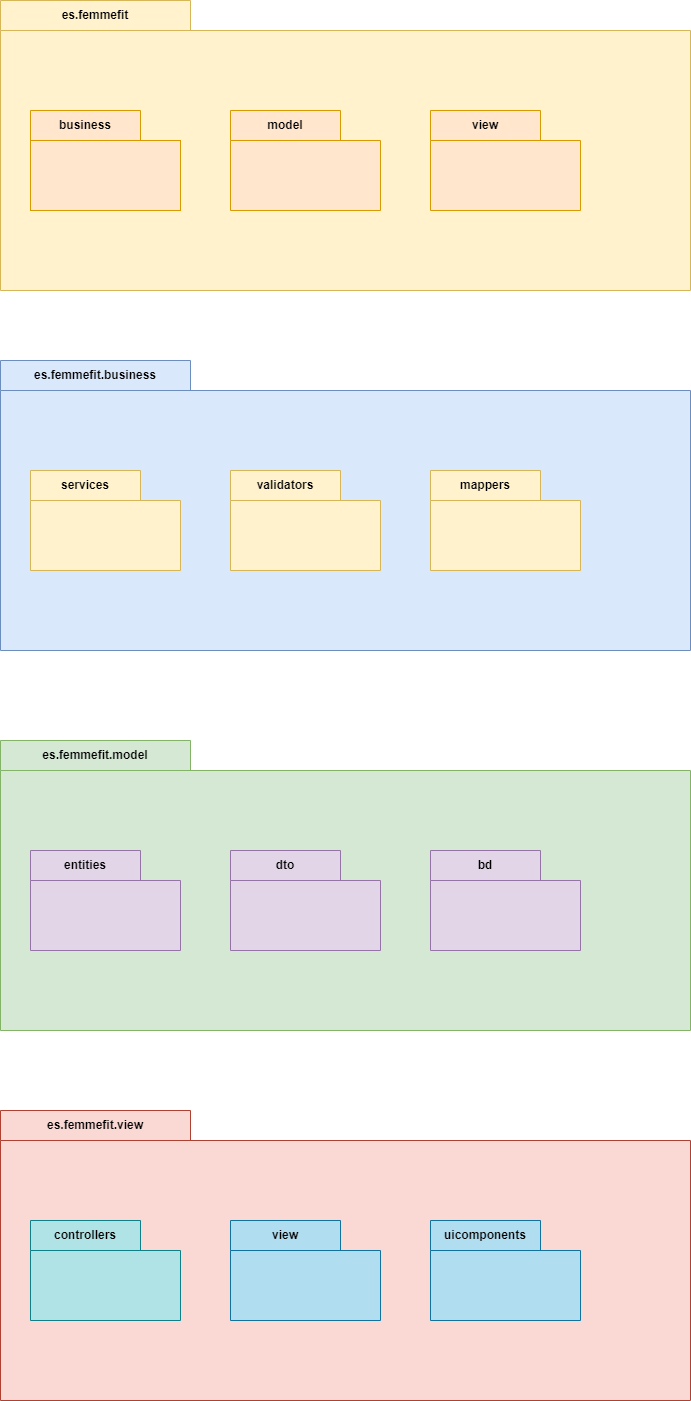
The draw.io diagram img/diagrama-paquetes.png in mruizgl/fit-femme, before a commit. Source tidied: cells renumbered, new cells last; positions are measured from the earlier drawing's top-left corner, leaving out a move shared by most shapes. The source it was exported from:
```xml
<mxGraphModel>
  <root>
    <mxCell id="0" />
    <mxCell id="1" parent="0" />
    <mxCell id="2" value="es.femmefit" style="shape=folder;fontStyle=1;tabWidth=190;tabHeight=30;tabPosition=left;html=1;boundedLbl=1;labelInHeader=1;whiteSpace=wrap;fillColor=#fff2cc;strokeColor=#d6b656;" parent="1" vertex="1">
      <mxGeometry width="690" height="290" as="geometry" />
    </mxCell>
    <mxCell id="3" value="business" style="shape=folder;fontStyle=1;tabWidth=110;tabHeight=30;tabPosition=left;html=1;boundedLbl=1;labelInHeader=1;whiteSpace=wrap;fillColor=#ffe6cc;strokeColor=#d79b00;" parent="2" vertex="1">
      <mxGeometry x="30" y="110" width="150" height="100" as="geometry" />
    </mxCell>
    <mxCell id="4" style="html=1;strokeColor=#d79b00;fillColor=#ffe6cc;whiteSpace=wrap;" parent="3" vertex="1">
      <mxGeometry width="150" height="70" relative="1" as="geometry">
        <mxPoint y="30" as="offset" />
      </mxGeometry>
    </mxCell>
    <mxCell id="5" style="html=1;strokeColor=none;fillColor=none;whiteSpace=wrap;" parent="3" vertex="1">
      <mxGeometry width="150" height="70" relative="1" as="geometry">
        <mxPoint x="10" y="40" as="offset" />
      </mxGeometry>
    </mxCell>
    <mxCell id="6" value="model" style="shape=folder;fontStyle=1;tabWidth=110;tabHeight=30;tabPosition=left;html=1;boundedLbl=1;labelInHeader=1;whiteSpace=wrap;fillColor=#ffe6cc;strokeColor=#d79b00;" parent="2" vertex="1">
      <mxGeometry x="230" y="110" width="150" height="100" as="geometry" />
    </mxCell>
    <mxCell id="7" style="html=1;strokeColor=none;fillColor=none;whiteSpace=wrap;" parent="6" vertex="1">
      <mxGeometry width="150" height="70" relative="1" as="geometry">
        <mxPoint y="30" as="offset" />
      </mxGeometry>
    </mxCell>
    <mxCell id="8" style="html=1;strokeColor=none;fillColor=none;whiteSpace=wrap;" parent="6" vertex="1">
      <mxGeometry width="150" height="70" relative="1" as="geometry">
        <mxPoint x="10" y="40" as="offset" />
      </mxGeometry>
    </mxCell>
    <mxCell id="9" value="view" style="shape=folder;fontStyle=1;tabWidth=110;tabHeight=30;tabPosition=left;html=1;boundedLbl=1;labelInHeader=1;whiteSpace=wrap;fillColor=#ffe6cc;strokeColor=#d79b00;" parent="2" vertex="1">
      <mxGeometry x="430" y="110" width="150" height="100" as="geometry" />
    </mxCell>
    <mxCell id="10" style="html=1;strokeColor=none;fillColor=none;whiteSpace=wrap;" parent="9" vertex="1">
      <mxGeometry width="150" height="70" relative="1" as="geometry">
        <mxPoint y="30" as="offset" />
      </mxGeometry>
    </mxCell>
    <mxCell id="11" style="html=1;strokeColor=none;fillColor=none;whiteSpace=wrap;" parent="9" vertex="1">
      <mxGeometry width="150" height="70" relative="1" as="geometry">
        <mxPoint x="10" y="40" as="offset" />
      </mxGeometry>
    </mxCell>
    <mxCell id="12" value="es.femmefit.business" style="shape=folder;fontStyle=1;tabWidth=190;tabHeight=30;tabPosition=left;html=1;boundedLbl=1;labelInHeader=1;whiteSpace=wrap;fillColor=#dae8fc;strokeColor=#6c8ebf;" parent="1" vertex="1">
      <mxGeometry y="360" width="690" height="290" as="geometry" />
    </mxCell>
    <mxCell id="13" value="services" style="shape=folder;fontStyle=1;tabWidth=110;tabHeight=30;tabPosition=left;html=1;boundedLbl=1;labelInHeader=1;whiteSpace=wrap;fillColor=#fff2cc;strokeColor=#d6b656;" parent="12" vertex="1">
      <mxGeometry x="30" y="110" width="150" height="100" as="geometry" />
    </mxCell>
    <mxCell id="14" style="html=1;strokeColor=none;fillColor=none;whiteSpace=wrap;" parent="13" vertex="1">
      <mxGeometry width="150" height="70" relative="1" as="geometry">
        <mxPoint y="30" as="offset" />
      </mxGeometry>
    </mxCell>
    <mxCell id="15" style="html=1;strokeColor=none;fillColor=none;whiteSpace=wrap;" parent="13" vertex="1">
      <mxGeometry width="150" height="70" relative="1" as="geometry">
        <mxPoint x="10" y="40" as="offset" />
      </mxGeometry>
    </mxCell>
    <mxCell id="16" value="validators" style="shape=folder;fontStyle=1;tabWidth=110;tabHeight=30;tabPosition=left;html=1;boundedLbl=1;labelInHeader=1;whiteSpace=wrap;fillColor=#fff2cc;strokeColor=#d6b656;" parent="12" vertex="1">
      <mxGeometry x="230" y="110" width="150" height="100" as="geometry" />
    </mxCell>
    <mxCell id="17" style="html=1;strokeColor=none;fillColor=none;whiteSpace=wrap;" parent="16" vertex="1">
      <mxGeometry width="150" height="70" relative="1" as="geometry">
        <mxPoint y="30" as="offset" />
      </mxGeometry>
    </mxCell>
    <mxCell id="18" style="html=1;strokeColor=none;fillColor=none;whiteSpace=wrap;" parent="16" vertex="1">
      <mxGeometry width="150" height="70" relative="1" as="geometry">
        <mxPoint x="10" y="40" as="offset" />
      </mxGeometry>
    </mxCell>
    <mxCell id="19" value="&lt;div&gt;mappers&lt;/div&gt;" style="shape=folder;fontStyle=1;tabWidth=110;tabHeight=30;tabPosition=left;html=1;boundedLbl=1;labelInHeader=1;whiteSpace=wrap;fillColor=#fff2cc;strokeColor=#d6b656;" parent="12" vertex="1">
      <mxGeometry x="430" y="110" width="150" height="100" as="geometry" />
    </mxCell>
    <mxCell id="20" style="html=1;strokeColor=none;fillColor=none;whiteSpace=wrap;" parent="19" vertex="1">
      <mxGeometry width="150" height="70" relative="1" as="geometry">
        <mxPoint y="30" as="offset" />
      </mxGeometry>
    </mxCell>
    <mxCell id="21" style="html=1;strokeColor=none;fillColor=none;whiteSpace=wrap;" parent="19" vertex="1">
      <mxGeometry width="150" height="70" relative="1" as="geometry">
        <mxPoint x="10" y="40" as="offset" />
      </mxGeometry>
    </mxCell>
    <mxCell id="22" value="es.femmefit.model" style="shape=folder;fontStyle=1;tabWidth=190;tabHeight=30;tabPosition=left;html=1;boundedLbl=1;labelInHeader=1;whiteSpace=wrap;fillColor=#d5e8d4;strokeColor=#82b366;" parent="1" vertex="1">
      <mxGeometry y="740" width="690" height="290" as="geometry" />
    </mxCell>
    <mxCell id="23" value="entities" style="shape=folder;fontStyle=1;tabWidth=110;tabHeight=30;tabPosition=left;html=1;boundedLbl=1;labelInHeader=1;whiteSpace=wrap;fillColor=#e1d5e7;strokeColor=#9673a6;" parent="22" vertex="1">
      <mxGeometry x="30" y="110" width="150" height="100" as="geometry" />
    </mxCell>
    <mxCell id="24" style="html=1;strokeColor=none;fillColor=none;whiteSpace=wrap;" parent="23" vertex="1">
      <mxGeometry width="150" height="70" relative="1" as="geometry">
        <mxPoint y="30" as="offset" />
      </mxGeometry>
    </mxCell>
    <mxCell id="25" style="html=1;strokeColor=none;fillColor=none;whiteSpace=wrap;" parent="23" vertex="1">
      <mxGeometry width="150" height="70" relative="1" as="geometry">
        <mxPoint x="10" y="40" as="offset" />
      </mxGeometry>
    </mxCell>
    <mxCell id="26" value="dto" style="shape=folder;fontStyle=1;tabWidth=110;tabHeight=30;tabPosition=left;html=1;boundedLbl=1;labelInHeader=1;whiteSpace=wrap;fillColor=#e1d5e7;strokeColor=#9673a6;" parent="22" vertex="1">
      <mxGeometry x="230" y="110" width="150" height="100" as="geometry" />
    </mxCell>
    <mxCell id="27" style="html=1;strokeColor=none;fillColor=none;whiteSpace=wrap;" parent="26" vertex="1">
      <mxGeometry width="150" height="70" relative="1" as="geometry">
        <mxPoint y="30" as="offset" />
      </mxGeometry>
    </mxCell>
    <mxCell id="28" style="html=1;strokeColor=none;fillColor=none;whiteSpace=wrap;" parent="26" vertex="1">
      <mxGeometry width="150" height="70" relative="1" as="geometry">
        <mxPoint x="10" y="40" as="offset" />
      </mxGeometry>
    </mxCell>
    <mxCell id="29" value="&lt;div&gt;bd&lt;/div&gt;" style="shape=folder;fontStyle=1;tabWidth=110;tabHeight=30;tabPosition=left;html=1;boundedLbl=1;labelInHeader=1;whiteSpace=wrap;fillColor=#e1d5e7;strokeColor=#9673a6;" parent="22" vertex="1">
      <mxGeometry x="430" y="110" width="150" height="100" as="geometry" />
    </mxCell>
    <mxCell id="30" style="html=1;strokeColor=none;fillColor=none;whiteSpace=wrap;" parent="29" vertex="1">
      <mxGeometry width="150" height="70" relative="1" as="geometry">
        <mxPoint y="30" as="offset" />
      </mxGeometry>
    </mxCell>
    <mxCell id="31" style="html=1;strokeColor=none;fillColor=none;whiteSpace=wrap;" parent="29" vertex="1">
      <mxGeometry width="150" height="70" relative="1" as="geometry">
        <mxPoint x="10" y="40" as="offset" />
      </mxGeometry>
    </mxCell>
    <mxCell id="32" value="es.femmefit.view" style="shape=folder;fontStyle=1;tabWidth=190;tabHeight=30;tabPosition=left;html=1;boundedLbl=1;labelInHeader=1;whiteSpace=wrap;fillColor=#fad9d5;strokeColor=#ae4132;" parent="1" vertex="1">
      <mxGeometry y="1110" width="690" height="290" as="geometry" />
    </mxCell>
    <mxCell id="33" value="controllers" style="shape=folder;fontStyle=1;tabWidth=110;tabHeight=30;tabPosition=left;html=1;boundedLbl=1;labelInHeader=1;whiteSpace=wrap;fillColor=#b0e3e6;strokeColor=#0e8088;" parent="32" vertex="1">
      <mxGeometry x="30" y="110" width="150" height="100" as="geometry" />
    </mxCell>
    <mxCell id="34" style="html=1;strokeColor=none;fillColor=none;whiteSpace=wrap;" parent="33" vertex="1">
      <mxGeometry width="150" height="70" relative="1" as="geometry">
        <mxPoint y="30" as="offset" />
      </mxGeometry>
    </mxCell>
    <mxCell id="35" style="html=1;strokeColor=none;fillColor=none;whiteSpace=wrap;" parent="33" vertex="1">
      <mxGeometry width="150" height="70" relative="1" as="geometry">
        <mxPoint x="10" y="40" as="offset" />
      </mxGeometry>
    </mxCell>
    <mxCell id="36" value="view" style="shape=folder;fontStyle=1;tabWidth=110;tabHeight=30;tabPosition=left;html=1;boundedLbl=1;labelInHeader=1;whiteSpace=wrap;fillColor=#b1ddf0;strokeColor=#10739e;" parent="32" vertex="1">
      <mxGeometry x="230" y="110" width="150" height="100" as="geometry" />
    </mxCell>
    <mxCell id="37" style="html=1;strokeColor=none;fillColor=none;whiteSpace=wrap;" parent="36" vertex="1">
      <mxGeometry width="150" height="70" relative="1" as="geometry">
        <mxPoint y="30" as="offset" />
      </mxGeometry>
    </mxCell>
    <mxCell id="38" style="html=1;strokeColor=none;fillColor=none;whiteSpace=wrap;" parent="36" vertex="1">
      <mxGeometry width="150" height="70" relative="1" as="geometry">
        <mxPoint x="10" y="40" as="offset" />
      </mxGeometry>
    </mxCell>
    <mxCell id="39" value="&lt;div&gt;uicomponents&lt;/div&gt;" style="shape=folder;fontStyle=1;tabWidth=110;tabHeight=30;tabPosition=left;html=1;boundedLbl=1;labelInHeader=1;whiteSpace=wrap;fillColor=#b1ddf0;strokeColor=#10739e;" parent="32" vertex="1">
      <mxGeometry x="430" y="110" width="150" height="100" as="geometry" />
    </mxCell>
    <mxCell id="40" style="html=1;strokeColor=none;fillColor=none;whiteSpace=wrap;" parent="39" vertex="1">
      <mxGeometry width="150" height="70" relative="1" as="geometry">
        <mxPoint y="30" as="offset" />
      </mxGeometry>
    </mxCell>
    <mxCell id="41" style="html=1;strokeColor=none;fillColor=none;whiteSpace=wrap;" parent="39" vertex="1">
      <mxGeometry width="150" height="70" relative="1" as="geometry">
        <mxPoint x="10" y="40" as="offset" />
      </mxGeometry>
    </mxCell>
  </root>
</mxGraphModel>
```
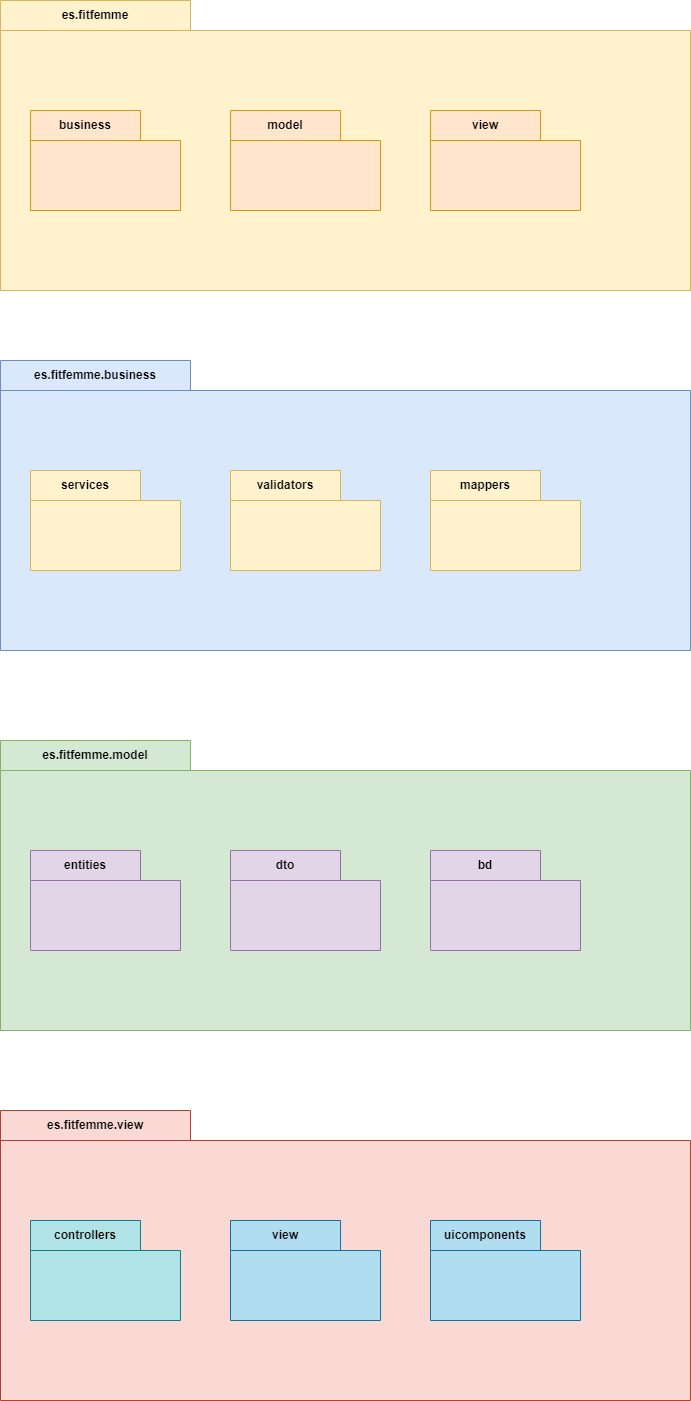
Above is the later version.

Commit message:
Se corrige diagrama

Diff of the diagram source:
```diff
@@ -2,7 +2,7 @@
   <root>
     <mxCell id="0" />
     <mxCell id="1" parent="0" />
-    <mxCell id="2" value="es.femmefit" style="shape=folder;fontStyle=1;tabWidth=190;tabHeight=30;tabPosition=left;html=1;boundedLbl=1;labelInHeader=1;whiteSpace=wrap;fillColor=#fff2cc;strokeColor=#d6b656;" parent="1" vertex="1">
+    <mxCell id="2" value="es.fitfemme" style="shape=folder;fontStyle=1;tabWidth=190;tabHeight=30;tabPosition=left;html=1;boundedLbl=1;labelInHeader=1;whiteSpace=wrap;fillColor=#fff2cc;strokeColor=#d6b656;" parent="1" vertex="1">
       <mxGeometry width="690" height="290" as="geometry" />
     </mxCell>
     <mxCell id="3" value="business" style="shape=folder;fontStyle=1;tabWidth=110;tabHeight=30;tabPosition=left;html=1;boundedLbl=1;labelInHeader=1;whiteSpace=wrap;fillColor=#ffe6cc;strokeColor=#d79b00;" parent="2" vertex="1">
@@ -44,7 +44,7 @@
         <mxPoint x="10" y="40" as="offset" />
       </mxGeometry>
     </mxCell>
-    <mxCell id="12" value="es.femmefit.business" style="shape=folder;fontStyle=1;tabWidth=190;tabHeight=30;tabPosition=left;html=1;boundedLbl=1;labelInHeader=1;whiteSpace=wrap;fillColor=#dae8fc;strokeColor=#6c8ebf;" parent="1" vertex="1">
+    <mxCell id="12" value="es.fitfemme.business" style="shape=folder;fontStyle=1;tabWidth=190;tabHeight=30;tabPosition=left;html=1;boundedLbl=1;labelInHeader=1;whiteSpace=wrap;fillColor=#dae8fc;strokeColor=#6c8ebf;" parent="1" vertex="1">
       <mxGeometry y="360" width="690" height="290" as="geometry" />
     </mxCell>
     <mxCell id="13" value="services" style="shape=folder;fontStyle=1;tabWidth=110;tabHeight=30;tabPosition=left;html=1;boundedLbl=1;labelInHeader=1;whiteSpace=wrap;fillColor=#fff2cc;strokeColor=#d6b656;" parent="12" vertex="1">
@@ -86,7 +86,7 @@
         <mxPoint x="10" y="40" as="offset" />
       </mxGeometry>
     </mxCell>
-    <mxCell id="22" value="es.femmefit.model" style="shape=folder;fontStyle=1;tabWidth=190;tabHeight=30;tabPosition=left;html=1;boundedLbl=1;labelInHeader=1;whiteSpace=wrap;fillColor=#d5e8d4;strokeColor=#82b366;" parent="1" vertex="1">
+    <mxCell id="22" value="es.fitfemme.model" style="shape=folder;fontStyle=1;tabWidth=190;tabHeight=30;tabPosition=left;html=1;boundedLbl=1;labelInHeader=1;whiteSpace=wrap;fillColor=#d5e8d4;strokeColor=#82b366;" parent="1" vertex="1">
       <mxGeometry y="740" width="690" height="290" as="geometry" />
     </mxCell>
     <mxCell id="23" value="entities" style="shape=folder;fontStyle=1;tabWidth=110;tabHeight=30;tabPosition=left;html=1;boundedLbl=1;labelInHeader=1;whiteSpace=wrap;fillColor=#e1d5e7;strokeColor=#9673a6;" parent="22" vertex="1">
@@ -128,7 +128,7 @@
         <mxPoint x="10" y="40" as="offset" />
       </mxGeometry>
     </mxCell>
-    <mxCell id="32" value="es.femmefit.view" style="shape=folder;fontStyle=1;tabWidth=190;tabHeight=30;tabPosition=left;html=1;boundedLbl=1;labelInHeader=1;whiteSpace=wrap;fillColor=#fad9d5;strokeColor=#ae4132;" parent="1" vertex="1">
+    <mxCell id="32" value="es.fitfemme.view" style="shape=folder;fontStyle=1;tabWidth=190;tabHeight=30;tabPosition=left;html=1;boundedLbl=1;labelInHeader=1;whiteSpace=wrap;fillColor=#fad9d5;strokeColor=#ae4132;" parent="1" vertex="1">
       <mxGeometry y="1110" width="690" height="290" as="geometry" />
     </mxCell>
     <mxCell id="33" value="controllers" style="shape=folder;fontStyle=1;tabWidth=110;tabHeight=30;tabPosition=left;html=1;boundedLbl=1;labelInHeader=1;whiteSpace=wrap;fillColor=#b0e3e6;strokeColor=#0e8088;" parent="32" vertex="1">
```
